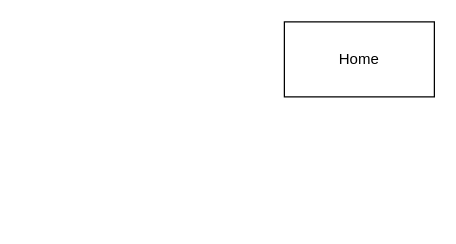
This is Proyecto.drawio from Zer0shiroo/dsf, a draw.io file, before an edit. Source tidied: cells renumbered, new cells numbered last; positions are measured from the earlier drawing's top-left corner, leaving out a move shared by most shapes. Both pictures are drawn from the tidied source at 125%, with x=0, y=0 at pixel (284, 21).
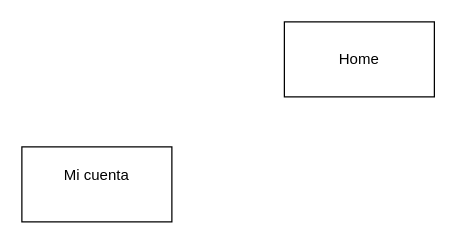
The same page after the edit.

What changed in the source:
```diff
@@
 <mxGraphModel>
   <root>
     <mxCell id="0" />
     <mxCell id="1" parent="0" />
     <mxCell id="2" value="Home" style="rounded=0;whiteSpace=wrap;html=1;" parent="1" vertex="1">
       <mxGeometry width="120" height="60" as="geometry" />
     </mxCell>
+    <mxCell id="3" value="Mi cuenta&lt;div&gt;&lt;br&gt;&lt;/div&gt;" style="rounded=0;whiteSpace=wrap;html=1;" parent="1" vertex="1">
+      <mxGeometry x="-210" y="100" width="120" height="60" as="geometry" />
+    </mxCell>
   </root>
 </mxGraphModel>
```
